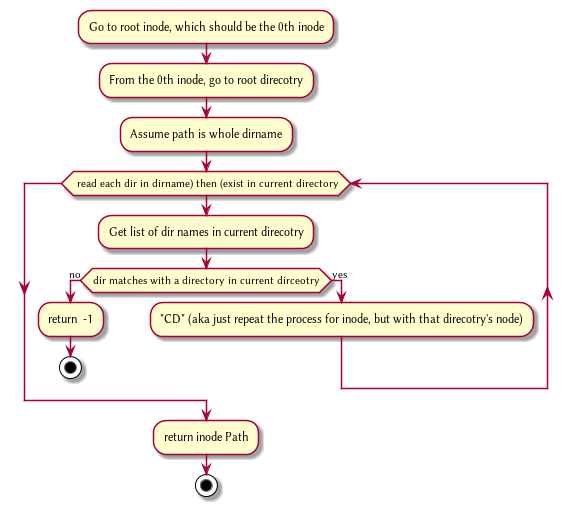
Before: Plant/getDirPath.png, a diagram exported from PlantUML (HawaiinPizza/CIS-450-final-project). Its diagram source:
```plantuml
@startuml
:Go to root inode, which should be the 0th inode;
:From the 0th inode, go to root direcotry;
:Assume path is whole dirname;
  while( read each dir in dirname) then (exist in current directory)
	  :Get list of dir names in current direcotry;
	  if(dir matches with a directory in current dirceotry) then (no)
		  :return  -1;
		  stop
	  else (yes)
		  :"CD" (aka just repeat the process for inode, but with that direcotry's node);
	  endif
  endwhile
  :return inode Path;
  stop


  @enduml
```
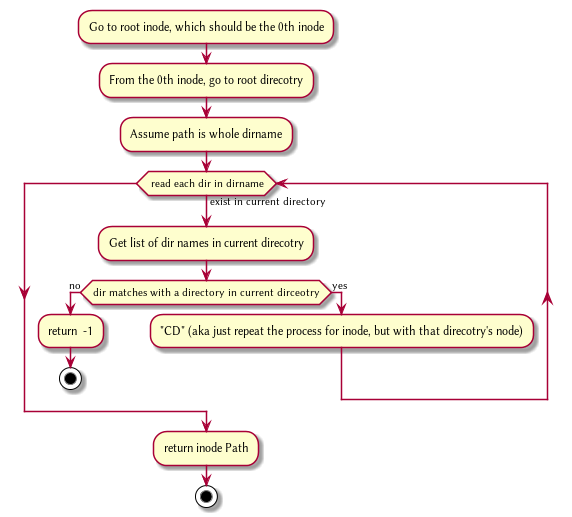
Above is the later version.

What changed in the source:
```diff
@@ -2,7 +2,7 @@
 :Go to root inode, which should be the 0th inode;
 :From the 0th inode, go to root direcotry;
 :Assume path is whole dirname;
-  while( read each dir in dirname) then (exist in current directory)
+  while( read each dir in dirname) is (exist in current directory)
 	  :Get list of dir names in current direcotry;
 	  if(dir matches with a directory in current dirceotry) then (no)
 		  :return  -1;
```
